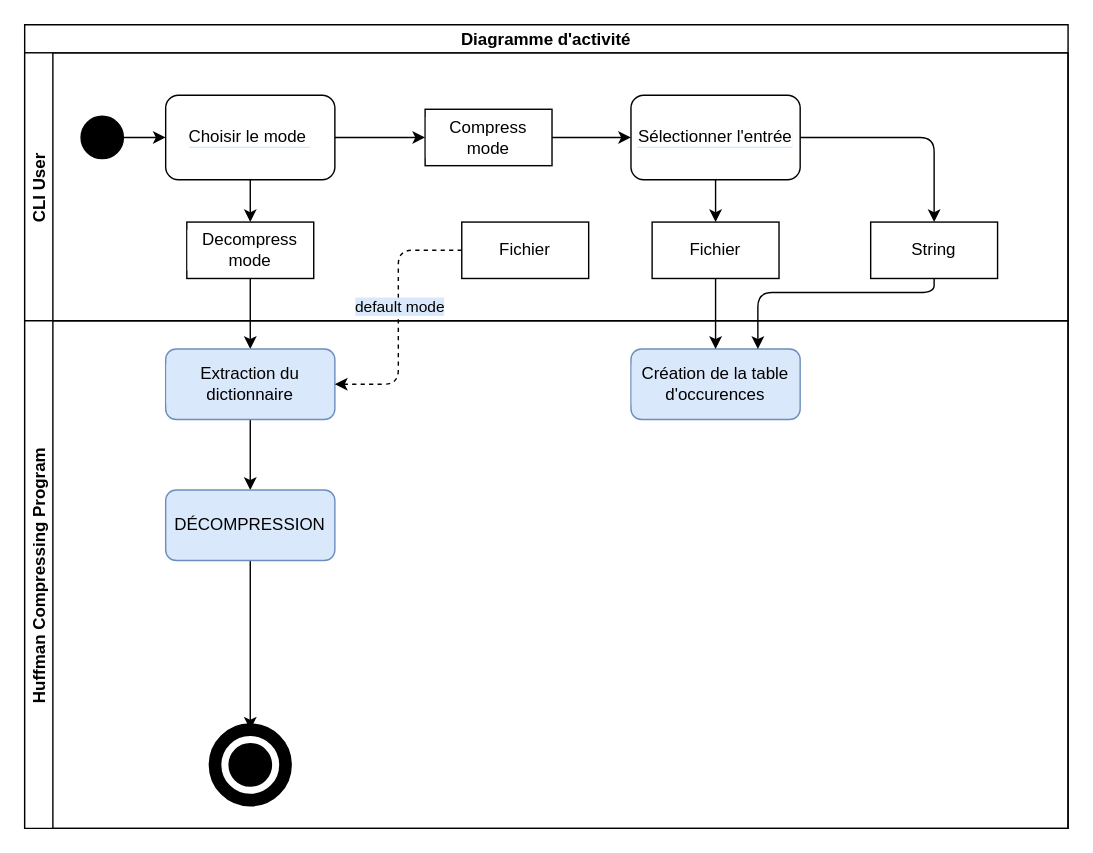
Before: page "Diagramme D'activité" (2 of 2) of Diagramme sans nom.drawio in LcsH0s/GC-Project, a draw.io diagram. Source tidied: cells renumbered, new cells numbered last; positions are measured from the earlier drawing's top-left corner, leaving out a move shared by most shapes. Both pictures are drawn from the tidied source at 141%, with x=0, y=0 at pixel (24, 24).
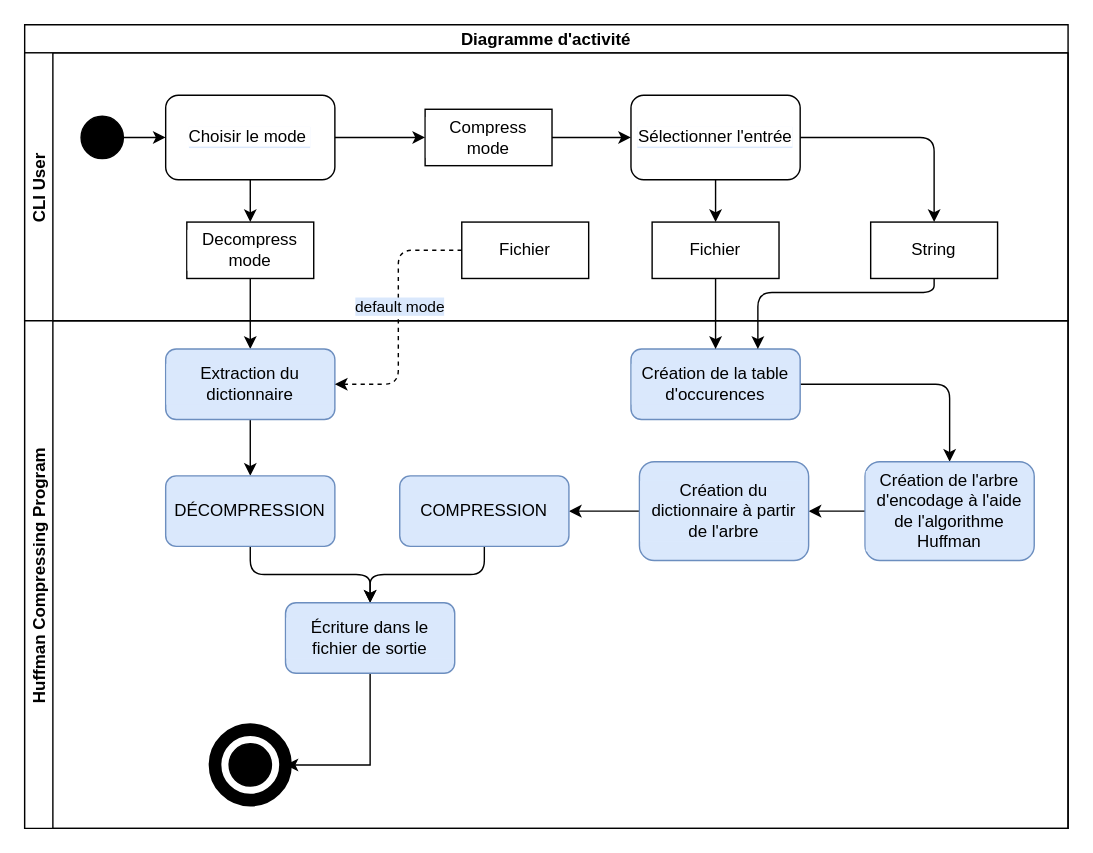
The same diagram, later.

The change refers to these unchanged cells:
```xml
<mxCell id="19" value="Huffman Compressing Program" style="swimlane;startSize=20;horizontal=0;labelBackgroundColor=#FFFFFF;labelBorderColor=none;fontColor=#000000;fillColor=#FFFFFF;" parent="2" vertex="1">
  <mxGeometry y="210" width="740" height="360" as="geometry" />
</mxCell>
<mxCell id="22" value="Création de la table d'occurences" style="rounded=1;whiteSpace=wrap;html=1;labelBackgroundColor=#DAE8FC;labelBorderColor=none;fillColor=#DAE8FC;strokeColor=#6c8ebf;" parent="19" vertex="1">
  <mxGeometry x="430" y="20" width="120" height="50" as="geometry" />
</mxCell>
<mxCell id="25" style="ellipse;whiteSpace=wrap;html=1;labelBackgroundColor=#DAE8FC;labelBorderColor=none;fontColor=#000000;fillColor=default;strokeColor=#000000;strokeWidth=9;" parent="19" vertex="1">
  <mxGeometry x="135" y="290" width="50" height="50" as="geometry" />
</mxCell>
```

What changed in the source:
```diff
@@
+    <mxCell id="30" style="edgeStyle=orthogonalEdgeStyle;rounded=1;jettySize=auto;html=1;entryX=0.5;entryY=0;entryDx=0;entryDy=0;" parent="19" edge="1" source="22" target="33">
+      <mxGeometry relative="1" as="geometry" />
+    </mxCell>
@@
-    <mxCell id="23" style="edgeStyle=orthogonalEdgeStyle;rounded=1;jettySize=auto;html=1;entryX=0.5;entryY=0;entryDx=0;entryDy=0;labelBackgroundColor=#DAE8FC;fontColor=#000000;" parent="19" edge="1" source="24" target="25">
-      <mxGeometry relative="1" as="geometry" />
-    </mxCell>
+    <mxCell id="31" style="edgeStyle=orthogonalEdgeStyle;rounded=1;jettySize=auto;html=1;entryX=0.5;entryY=0;entryDx=0;entryDy=0;" parent="19" edge="1" source="24" target="39">
+      <mxGeometry relative="1" as="geometry" />
+    </mxCell>
     <mxCell id="24" value="DÉCOMPRESSION" style="rounded=1;whiteSpace=wrap;html=1;labelBackgroundColor=#DAE8FC;labelBorderColor=none;fillColor=#DAE8FC;strokeColor=#6c8ebf;" parent="19" vertex="1">
-      <mxGeometry x="100" y="120" width="120" height="50" as="geometry" />
+      <mxGeometry x="100" y="110" width="120" height="50" as="geometry" />
     </mxCell>
@@
+    <mxCell id="32" style="edgeStyle=orthogonalEdgeStyle;rounded=0;jettySize=auto;html=1;" parent="19" edge="1" source="33" target="35">
+      <mxGeometry relative="1" as="geometry" />
+    </mxCell>
+    <mxCell id="33" value="Création de l'arbre d'encodage à l'aide de l'algorithme Huffman" style="rounded=1;whiteSpace=wrap;html=1;labelBackgroundColor=#DAE8FC;labelBorderColor=none;fillColor=#DAE8FC;strokeColor=#6c8ebf;" parent="19" vertex="1">
+      <mxGeometry x="596" y="100" width="120" height="70" as="geometry" />
+    </mxCell>
+    <mxCell id="34" style="edgeStyle=orthogonalEdgeStyle;rounded=0;jettySize=auto;html=1;entryX=1;entryY=0.5;entryDx=0;entryDy=0;" parent="19" edge="1" source="35" target="37">
+      <mxGeometry relative="1" as="geometry" />
+    </mxCell>
+    <mxCell id="35" value="Création du dictionnaire à partir de l'arbre" style="rounded=1;whiteSpace=wrap;html=1;labelBackgroundColor=#DAE8FC;labelBorderColor=none;fillColor=#DAE8FC;strokeColor=#6c8ebf;" parent="19" vertex="1">
+      <mxGeometry x="436" y="100" width="120" height="70" as="geometry" />
+    </mxCell>
+    <mxCell id="36" style="edgeStyle=orthogonalEdgeStyle;rounded=1;jettySize=auto;html=1;entryX=0.5;entryY=0;entryDx=0;entryDy=0;" parent="19" edge="1" source="37" target="39">
+      <mxGeometry relative="1" as="geometry" />
+    </mxCell>
+    <mxCell id="37" value="COMPRESSION" style="rounded=1;whiteSpace=wrap;html=1;labelBackgroundColor=#DAE8FC;labelBorderColor=none;fillColor=#DAE8FC;strokeColor=#6c8ebf;" parent="19" vertex="1">
+      <mxGeometry x="266" y="110" width="120" height="50" as="geometry" />
+    </mxCell>
+    <mxCell id="38" style="edgeStyle=orthogonalEdgeStyle;rounded=0;jettySize=auto;html=1;entryX=1;entryY=0.5;entryDx=0;entryDy=0;" parent="19" edge="1" source="39" target="25">
+      <mxGeometry relative="1" as="geometry" />
+    </mxCell>
+    <mxCell id="39" value="Écriture dans le fichier de sortie" style="rounded=1;whiteSpace=wrap;html=1;labelBackgroundColor=#DAE8FC;labelBorderColor=none;fillColor=#DAE8FC;strokeColor=#6c8ebf;" parent="19" vertex="1">
+      <mxGeometry x="185" y="200" width="120" height="50" as="geometry" />
+    </mxCell>
```
